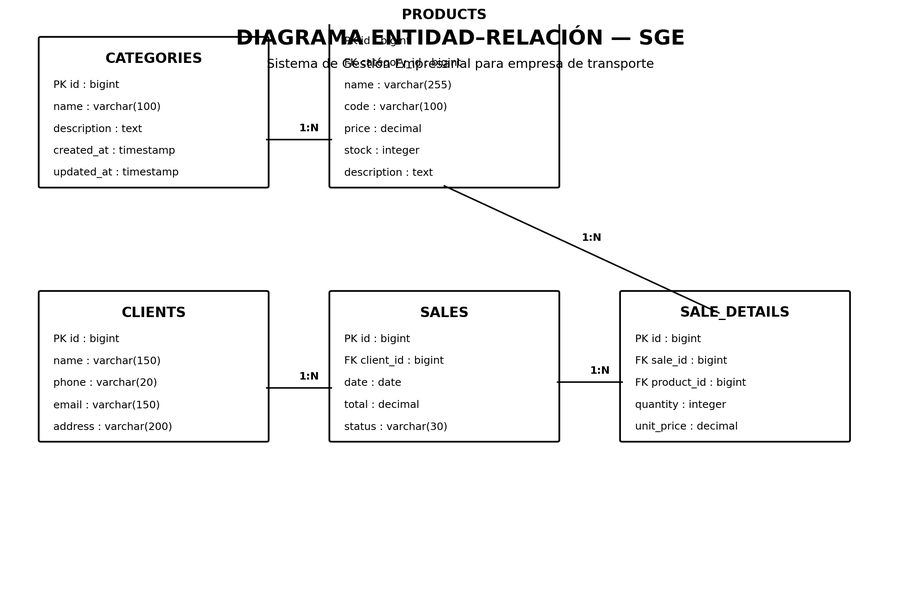
Above: docs/diagrama_mer.png in monialeja1011/SoftwareGestionEmpresarial-Laravel (Mermaid), before the change. Its source is kept beside it as docs/diagrama_mer.mmd.
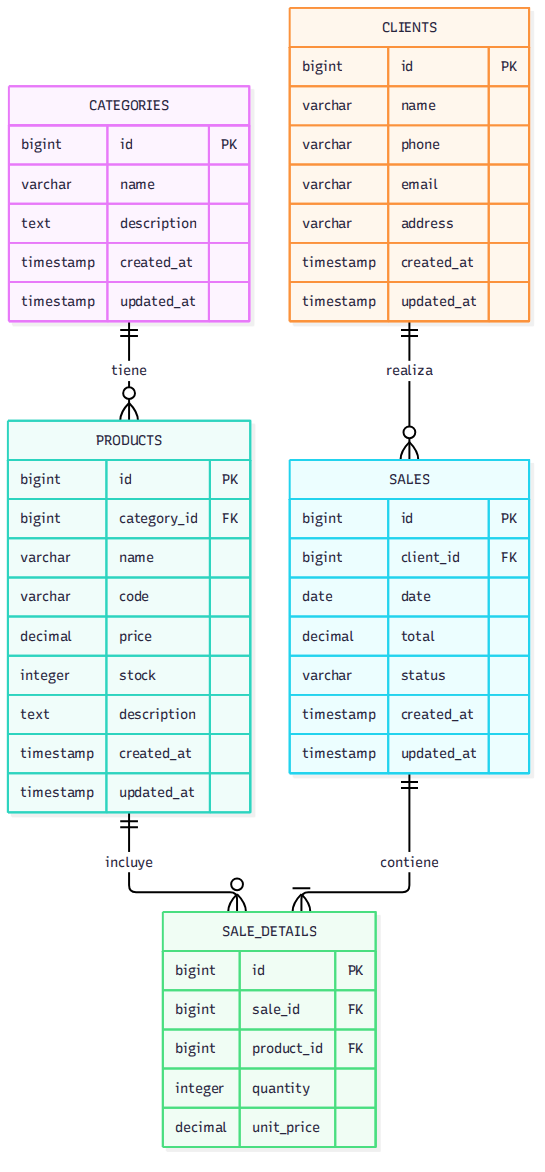
After the change.

The edit, as a diff of the source:
```diff
@@ -1,24 +1,13 @@
 erDiagram
-
-    CATEGORIES ||--o{ PRODUCTS : contiene
+    CATEGORIES ||--o{ PRODUCTS : tiene
     CLIENTS ||--o{ SALES : realiza
-    SALES ||--o{ SALE_DETAILS : contiene
+    SALES ||--|{ SALE_DETAILS : contiene
     PRODUCTS ||--o{ SALE_DETAILS : incluye
 
     CATEGORIES {
         bigint id PK
         varchar name
         text description
-        timestamp created_at
-        timestamp updated_at
-    }
-
-    CLIENTS {
-        bigint id PK
-        varchar name
-        varchar phone
-        varchar email
-        varchar address
         timestamp created_at
         timestamp updated_at
     }
@@ -31,6 +20,16 @@
         decimal price
         integer stock
         text description
+        timestamp created_at
+        timestamp updated_at
+    }
+
+    CLIENTS {
+        bigint id PK
+        varchar name
+        varchar phone
+        varchar email
+        varchar address
         timestamp created_at
         timestamp updated_at
     }
@@ -51,6 +50,4 @@
         bigint product_id FK
         integer quantity
         decimal unit_price
-        timestamp created_at
-        timestamp updated_at
     }
```
